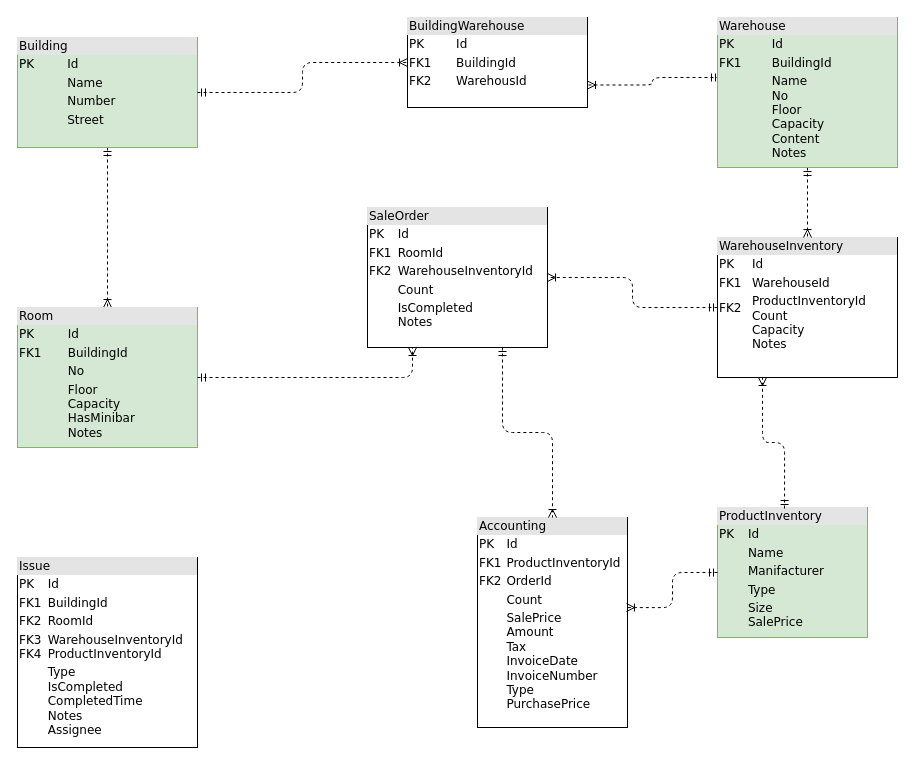
hasanbinboga/infera-test-case keeps this draw.io diagram as er-diagram.drawio. Above is the earlier version. Source tidied: cells renumbered, new cells numbered last; positions are measured from the earlier drawing's top-left corner, leaving out a move shared by most shapes. Both pictures are drawn from the tidied source at 100%, with x=0, y=0 at pixel (17, 17).
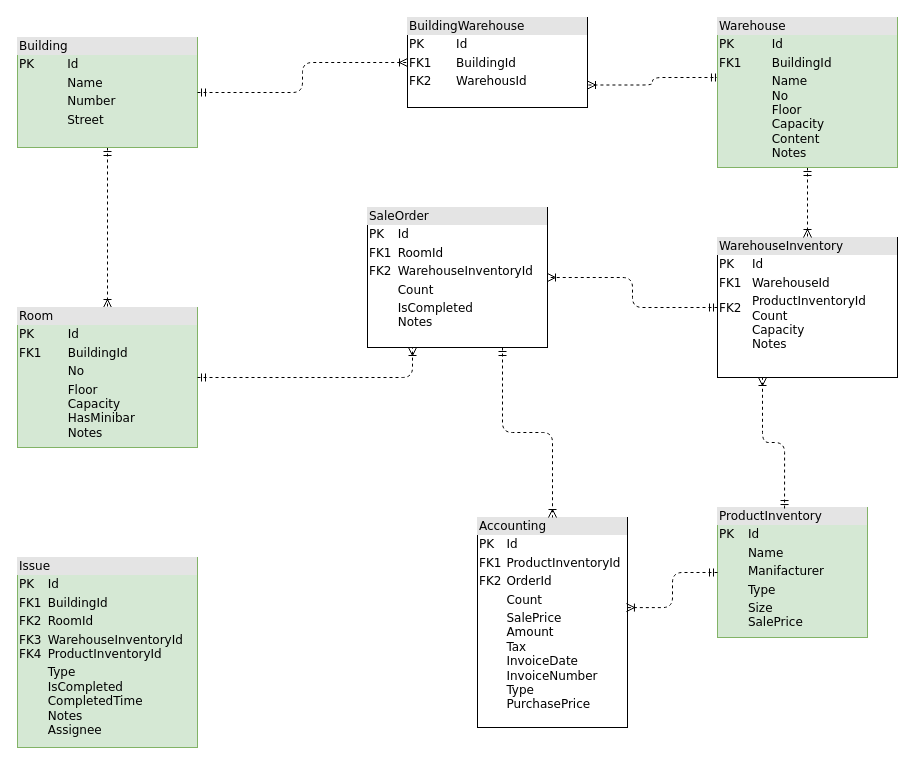
After the change.

Change to the diagram source:
```diff
@@
 <mxGraphModel>
   <root>
     <mxCell id="0" />
     <mxCell id="1" parent="0" />
     <mxCell id="2" value="&lt;div style=&quot;box-sizing:border-box;width:100%;background:#e4e4e4;padding:2px;&quot;&gt;BuildingWarehouse&lt;/div&gt;&lt;table style=&quot;width:100%;font-size:1em;&quot; cellpadding=&quot;2&quot; cellspacing=&quot;0&quot;&gt;&lt;tbody&gt;&lt;tr&gt;&lt;td&gt;PK&lt;/td&gt;&lt;td&gt;Id&lt;/td&gt;&lt;/tr&gt;&lt;tr&gt;&lt;td&gt;FK1&lt;/td&gt;&lt;td&gt;BuildingId&lt;/td&gt;&lt;/tr&gt;&lt;tr&gt;&lt;td&gt;FK2&lt;/td&gt;&lt;td&gt;WarehousId&lt;/td&gt;&lt;/tr&gt;&lt;/tbody&gt;&lt;/table&gt;" style="verticalAlign=top;align=left;overflow=fill;html=1;rounded=0;shadow=0;comic=0;labelBackgroundColor=none;strokeWidth=1;fontFamily=Verdana;fontSize=12;" parent="1" vertex="1">
       <mxGeometry x="390" width="180" height="90" as="geometry" />
     </mxCell>
     <mxCell id="3" style="html=1;dashed=1;labelBackgroundColor=none;startArrow=ERmandOne;endArrow=ERoneToMany;fontFamily=Verdana;fontSize=12;align=left;entryX=0.5;entryY=0;edgeStyle=orthogonalEdgeStyle;entryDx=0;entryDy=0;" parent="1" edge="1" source="5" target="9">
       <mxGeometry relative="1" as="geometry" />
     </mxCell>
     <mxCell id="4" style="html=1;dashed=1;labelBackgroundColor=none;startArrow=ERmandOne;endArrow=ERoneToMany;fontFamily=Verdana;fontSize=12;align=left;exitX=0.011;exitY=0.4;exitDx=0;exitDy=0;edgeStyle=orthogonalEdgeStyle;entryX=1;entryY=0.75;entryDx=0;entryDy=0;exitPerimeter=0;" parent="1" edge="1" source="10" target="2">
       <mxGeometry relative="1" as="geometry" />
     </mxCell>
     <mxCell id="5" value="&lt;div style=&quot;box-sizing: border-box ; width: 100% ; background: #e4e4e4 ; padding: 2px&quot;&gt;Building&lt;/div&gt;&lt;table style=&quot;width: 100% ; font-size: 1em&quot; cellpadding=&quot;2&quot; cellspacing=&quot;0&quot;&gt;&lt;tbody&gt;&lt;tr&gt;&lt;td&gt;PK&lt;/td&gt;&lt;td&gt;Id&lt;/td&gt;&lt;/tr&gt;&lt;tr&gt;&lt;td&gt;&lt;br&gt;&lt;/td&gt;&lt;td&gt;Name&lt;/td&gt;&lt;/tr&gt;&lt;tr&gt;&lt;td&gt;&lt;/td&gt;&lt;td&gt;Number&lt;/td&gt;&lt;/tr&gt;&lt;tr&gt;&lt;td&gt;&lt;br&gt;&lt;/td&gt;&lt;td&gt;Street&lt;br&gt;&lt;/td&gt;&lt;/tr&gt;&lt;tr&gt;&lt;td&gt;&lt;br&gt;&lt;/td&gt;&lt;td&gt;&lt;br&gt;&lt;/td&gt;&lt;/tr&gt;&lt;tr&gt;&lt;td&gt;&lt;br&gt;&lt;/td&gt;&lt;td&gt;&lt;br&gt;&lt;/td&gt;&lt;/tr&gt;&lt;/tbody&gt;&lt;/table&gt;" style="verticalAlign=top;align=left;overflow=fill;html=1;rounded=0;shadow=0;comic=0;labelBackgroundColor=none;strokeWidth=1;fontFamily=Verdana;fontSize=12;fillColor=#d5e8d4;strokeColor=#82b366;" parent="1" vertex="1">
       <mxGeometry y="20" width="180" height="110" as="geometry" />
     </mxCell>
     <mxCell id="6" value="&lt;div style=&quot;box-sizing: border-box ; width: 100% ; background: #e4e4e4 ; padding: 2px&quot;&gt;ProductInventory&lt;/div&gt;&lt;table style=&quot;width: 100% ; font-size: 1em&quot; cellpadding=&quot;2&quot; cellspacing=&quot;0&quot;&gt;&lt;tbody&gt;&lt;tr&gt;&lt;td&gt;PK&lt;/td&gt;&lt;td&gt;Id&lt;/td&gt;&lt;/tr&gt;&lt;tr&gt;&lt;td&gt;&lt;br&gt;&lt;/td&gt;&lt;td&gt;Name&lt;/td&gt;&lt;/tr&gt;&lt;tr&gt;&lt;td&gt;&lt;/td&gt;&lt;td&gt;Manifacturer&lt;/td&gt;&lt;/tr&gt;&lt;tr&gt;&lt;td&gt;&lt;br&gt;&lt;/td&gt;&lt;td&gt;Type&lt;/td&gt;&lt;/tr&gt;&lt;tr&gt;&lt;td&gt;&lt;br&gt;&lt;/td&gt;&lt;td&gt;Size&lt;br&gt;SalePrice&lt;/td&gt;&lt;/tr&gt;&lt;/tbody&gt;&lt;/table&gt;" style="verticalAlign=top;align=left;overflow=fill;html=1;rounded=0;shadow=0;comic=0;labelBackgroundColor=none;strokeWidth=1;fontFamily=Verdana;fontSize=12;fillColor=#d5e8d4;strokeColor=#82b366;" parent="1" vertex="1">
       <mxGeometry x="700" y="490" width="150" height="130" as="geometry" />
     </mxCell>
     <mxCell id="7" value="&lt;div style=&quot;box-sizing:border-box;width:100%;background:#e4e4e4;padding:2px;&quot;&gt;WarehouseInventory&lt;/div&gt;&lt;table style=&quot;width:100%;font-size:1em;&quot; cellpadding=&quot;2&quot; cellspacing=&quot;0&quot;&gt;&lt;tbody&gt;&lt;tr&gt;&lt;td&gt;PK&lt;/td&gt;&lt;td&gt;Id&lt;/td&gt;&lt;/tr&gt;&lt;tr&gt;&lt;td&gt;FK1&lt;/td&gt;&lt;td&gt;WarehouseId&lt;/td&gt;&lt;/tr&gt;&lt;tr&gt;&lt;td&gt;FK2&lt;br&gt;&lt;br&gt;&lt;br&gt;&lt;/td&gt;&lt;td&gt;ProductInventoryId&lt;br&gt;Count&lt;br&gt;Capacity&lt;br&gt;Notes&lt;/td&gt;&lt;/tr&gt;&lt;/tbody&gt;&lt;/table&gt;" style="verticalAlign=top;align=left;overflow=fill;html=1;rounded=0;shadow=0;comic=0;labelBackgroundColor=none;strokeWidth=1;fontFamily=Verdana;fontSize=12;" parent="1" vertex="1">
       <mxGeometry x="700" y="220" width="180" height="140" as="geometry" />
     </mxCell>
     <mxCell id="8" style="edgeStyle=orthogonalEdgeStyle;html=1;entryX=0.5;entryY=0;dashed=1;labelBackgroundColor=none;startArrow=ERmandOne;endArrow=ERoneToMany;fontFamily=Verdana;fontSize=12;align=left;" parent="1" edge="1" source="10" target="7">
       <mxGeometry relative="1" as="geometry" />
     </mxCell>
     <mxCell id="9" value="&lt;div style=&quot;box-sizing: border-box ; width: 100% ; background: #e4e4e4 ; padding: 2px&quot;&gt;Room&lt;/div&gt;&lt;table style=&quot;width: 100% ; font-size: 1em&quot; cellpadding=&quot;2&quot; cellspacing=&quot;0&quot;&gt;&lt;tbody&gt;&lt;tr&gt;&lt;td&gt;PK&lt;/td&gt;&lt;td&gt;Id&lt;/td&gt;&lt;/tr&gt;&lt;tr&gt;&lt;td&gt;FK1&lt;/td&gt;&lt;td&gt;BuildingId&lt;/td&gt;&lt;/tr&gt;&lt;tr&gt;&lt;td&gt;&lt;/td&gt;&lt;td&gt;No&lt;/td&gt;&lt;/tr&gt;&lt;tr&gt;&lt;td&gt;&lt;br&gt;&lt;/td&gt;&lt;td&gt;Floor&lt;br&gt;Capacity&lt;br&gt;HasMinibar&lt;br&gt;Notes&lt;/td&gt;&lt;/tr&gt;&lt;tr&gt;&lt;td&gt;&lt;br&gt;&lt;/td&gt;&lt;td&gt;&lt;/td&gt;&lt;/tr&gt;&lt;/tbody&gt;&lt;/table&gt;" style="verticalAlign=top;align=left;overflow=fill;html=1;rounded=0;shadow=0;comic=0;labelBackgroundColor=none;strokeWidth=1;fontFamily=Verdana;fontSize=12;fillColor=#d5e8d4;strokeColor=#82b366;" parent="1" vertex="1">
       <mxGeometry y="290" width="180" height="140" as="geometry" />
     </mxCell>
     <mxCell id="10" value="&lt;div style=&quot;box-sizing:border-box;width:100%;background:#e4e4e4;padding:2px;&quot;&gt;Warehouse&lt;/div&gt;&lt;table style=&quot;width:100%;font-size:1em;&quot; cellpadding=&quot;2&quot; cellspacing=&quot;0&quot;&gt;&lt;tbody&gt;&lt;tr&gt;&lt;td&gt;PK&lt;/td&gt;&lt;td&gt;Id&lt;/td&gt;&lt;/tr&gt;&lt;tr&gt;&lt;td&gt;FK1&lt;/td&gt;&lt;td&gt;BuildingId&lt;/td&gt;&lt;/tr&gt;&lt;tr&gt;&lt;td&gt;&lt;/td&gt;&lt;td&gt;Name&lt;br&gt;No&lt;br&gt;Floor&lt;br&gt;Capacity&lt;br&gt;Content&lt;br&gt;Notes&lt;/td&gt;&lt;/tr&gt;&lt;/tbody&gt;&lt;/table&gt;" style="verticalAlign=top;align=left;overflow=fill;html=1;rounded=0;shadow=0;comic=0;labelBackgroundColor=none;strokeWidth=1;fontFamily=Verdana;fontSize=12;fillColor=#d5e8d4;strokeColor=#82b366;" parent="1" vertex="1">
       <mxGeometry x="700" width="180" height="150" as="geometry" />
     </mxCell>
     <mxCell id="11" style="html=1;dashed=1;labelBackgroundColor=none;startArrow=ERmandOne;endArrow=ERoneToMany;fontFamily=Verdana;fontSize=12;align=left;edgeStyle=orthogonalEdgeStyle;entryX=0;entryY=0.5;entryDx=0;entryDy=0;exitX=1;exitY=0.5;exitDx=0;exitDy=0;" parent="1" edge="1" source="5" target="2">
       <mxGeometry relative="1" as="geometry" />
     </mxCell>
     <mxCell id="12" style="edgeStyle=orthogonalEdgeStyle;html=1;entryX=0.25;entryY=1;dashed=1;labelBackgroundColor=none;startArrow=ERmandOne;endArrow=ERoneToMany;fontFamily=Verdana;fontSize=12;align=left;entryDx=0;entryDy=0;exitX=0.447;exitY=0.008;exitDx=0;exitDy=0;exitPerimeter=0;" parent="1" edge="1" source="6" target="7">
       <mxGeometry relative="1" as="geometry" />
     </mxCell>
     <mxCell id="13" value="&lt;div style=&quot;box-sizing: border-box ; width: 100% ; background: #e4e4e4 ; padding: 2px&quot;&gt;SaleOrder&lt;/div&gt;&lt;table style=&quot;width: 100% ; font-size: 1em&quot; cellpadding=&quot;2&quot; cellspacing=&quot;0&quot;&gt;&lt;tbody&gt;&lt;tr&gt;&lt;td&gt;PK&lt;/td&gt;&lt;td&gt;Id&lt;/td&gt;&lt;/tr&gt;&lt;tr&gt;&lt;td&gt;FK1&lt;/td&gt;&lt;td&gt;RoomId&lt;/td&gt;&lt;/tr&gt;&lt;tr&gt;&lt;td&gt;FK2&lt;/td&gt;&lt;td&gt;WarehouseInventoryId&lt;/td&gt;&lt;/tr&gt;&lt;tr&gt;&lt;td&gt;&lt;br&gt;&lt;/td&gt;&lt;td&gt;Count&lt;/td&gt;&lt;/tr&gt;&lt;tr&gt;&lt;td&gt;&lt;br&gt;&lt;/td&gt;&lt;td&gt;IsCompleted&lt;br&gt;Notes&lt;/td&gt;&lt;/tr&gt;&lt;/tbody&gt;&lt;/table&gt;" style="verticalAlign=top;align=left;overflow=fill;html=1;rounded=0;shadow=0;comic=0;labelBackgroundColor=none;strokeWidth=1;fontFamily=Verdana;fontSize=12;" parent="1" vertex="1">
       <mxGeometry x="350" y="190" width="180" height="140" as="geometry" />
     </mxCell>
-    <mxCell id="14" value="&lt;div style=&quot;box-sizing: border-box ; width: 100% ; background: #e4e4e4 ; padding: 2px&quot;&gt;Issue&lt;/div&gt;&lt;table style=&quot;width: 100% ; font-size: 1em&quot; cellpadding=&quot;2&quot; cellspacing=&quot;0&quot;&gt;&lt;tbody&gt;&lt;tr&gt;&lt;td&gt;PK&lt;/td&gt;&lt;td&gt;Id&lt;/td&gt;&lt;/tr&gt;&lt;tr&gt;&lt;td&gt;FK1&lt;/td&gt;&lt;td&gt;BuildingId&lt;/td&gt;&lt;/tr&gt;&lt;tr&gt;&lt;td&gt;FK2&lt;/td&gt;&lt;td&gt;RoomId&lt;br&gt;&lt;/td&gt;&lt;/tr&gt;&lt;tr&gt;&lt;td&gt;FK3&lt;br&gt;FK4&lt;/td&gt;&lt;td&gt;WarehouseInventoryId&lt;br&gt;ProductInventoryId&lt;/td&gt;&lt;/tr&gt;&lt;tr&gt;&lt;td&gt;&lt;br&gt;&lt;br&gt;&lt;/td&gt;&lt;td&gt;Type&lt;br&gt;IsCompleted&lt;br&gt;CompletedTime&lt;br&gt;Notes&lt;br&gt;Assignee&lt;/td&gt;&lt;/tr&gt;&lt;/tbody&gt;&lt;/table&gt;" style="verticalAlign=top;align=left;overflow=fill;html=1;rounded=0;shadow=0;comic=0;labelBackgroundColor=none;strokeWidth=1;fontFamily=Verdana;fontSize=12;" parent="1" vertex="1">
+    <mxCell id="14" value="&lt;div style=&quot;box-sizing: border-box ; width: 100% ; background: #e4e4e4 ; padding: 2px&quot;&gt;Issue&lt;/div&gt;&lt;table style=&quot;width: 100% ; font-size: 1em&quot; cellpadding=&quot;2&quot; cellspacing=&quot;0&quot;&gt;&lt;tbody&gt;&lt;tr&gt;&lt;td&gt;PK&lt;/td&gt;&lt;td&gt;Id&lt;/td&gt;&lt;/tr&gt;&lt;tr&gt;&lt;td&gt;FK1&lt;/td&gt;&lt;td&gt;BuildingId&lt;/td&gt;&lt;/tr&gt;&lt;tr&gt;&lt;td&gt;FK2&lt;/td&gt;&lt;td&gt;RoomId&lt;br&gt;&lt;/td&gt;&lt;/tr&gt;&lt;tr&gt;&lt;td&gt;FK3&lt;br&gt;FK4&lt;/td&gt;&lt;td&gt;WarehouseInventoryId&lt;br&gt;ProductInventoryId&lt;/td&gt;&lt;/tr&gt;&lt;tr&gt;&lt;td&gt;&lt;br&gt;&lt;br&gt;&lt;/td&gt;&lt;td&gt;Type&lt;br&gt;IsCompleted&lt;br&gt;CompletedTime&lt;br&gt;Notes&lt;br&gt;Assignee&lt;/td&gt;&lt;/tr&gt;&lt;/tbody&gt;&lt;/table&gt;" style="verticalAlign=top;align=left;overflow=fill;html=1;rounded=0;shadow=0;comic=0;labelBackgroundColor=none;strokeWidth=1;fontFamily=Verdana;fontSize=12;fillColor=#d5e8d4;strokeColor=#82b366;" parent="1" vertex="1">
       <mxGeometry y="540" width="180" height="190" as="geometry" />
     </mxCell>
     <mxCell id="15" style="edgeStyle=orthogonalEdgeStyle;html=1;entryX=1;entryY=0.5;dashed=1;labelBackgroundColor=none;startArrow=ERmandOne;endArrow=ERoneToMany;fontFamily=Verdana;fontSize=12;align=left;entryDx=0;entryDy=0;exitX=0;exitY=0.5;exitDx=0;exitDy=0;" parent="1" edge="1" source="7" target="13">
       <mxGeometry relative="1" as="geometry" />
     </mxCell>
     <mxCell id="16" style="edgeStyle=orthogonalEdgeStyle;html=1;entryX=0.25;entryY=1;dashed=1;labelBackgroundColor=none;startArrow=ERmandOne;endArrow=ERoneToMany;fontFamily=Verdana;fontSize=12;align=left;entryDx=0;entryDy=0;exitX=1;exitY=0.5;exitDx=0;exitDy=0;" parent="1" edge="1" source="9" target="13">
       <mxGeometry relative="1" as="geometry" />
     </mxCell>
     <mxCell id="17" value="&lt;div style=&quot;box-sizing: border-box ; width: 100% ; background: #e4e4e4 ; padding: 2px&quot;&gt;Accounting&lt;/div&gt;&lt;table style=&quot;width: 100% ; font-size: 1em&quot; cellpadding=&quot;2&quot; cellspacing=&quot;0&quot;&gt;&lt;tbody&gt;&lt;tr&gt;&lt;td&gt;PK&lt;/td&gt;&lt;td&gt;Id&lt;/td&gt;&lt;/tr&gt;&lt;tr&gt;&lt;td&gt;FK1&lt;/td&gt;&lt;td&gt;ProductInventoryId&lt;/td&gt;&lt;/tr&gt;&lt;tr&gt;&lt;td&gt;FK2&lt;/td&gt;&lt;td&gt;OrderId&lt;/td&gt;&lt;/tr&gt;&lt;tr&gt;&lt;td&gt;&lt;br&gt;&lt;/td&gt;&lt;td&gt;Count&lt;/td&gt;&lt;/tr&gt;&lt;tr&gt;&lt;td&gt;&lt;br&gt;&lt;/td&gt;&lt;td&gt;SalePrice&lt;br&gt;Amount&lt;br&gt;Tax&lt;br&gt;InvoiceDate&lt;br&gt;InvoiceNumber&lt;br&gt;Type&lt;br&gt;PurchasePrice&lt;br&gt;&lt;/td&gt;&lt;/tr&gt;&lt;/tbody&gt;&lt;/table&gt;" style="verticalAlign=top;align=left;overflow=fill;html=1;rounded=0;shadow=0;comic=0;labelBackgroundColor=none;strokeWidth=1;fontFamily=Verdana;fontSize=12;" parent="1" vertex="1">
       <mxGeometry x="460" y="500" width="150" height="210" as="geometry" />
     </mxCell>
     <mxCell id="18" style="edgeStyle=orthogonalEdgeStyle;html=1;dashed=1;labelBackgroundColor=none;startArrow=ERmandOne;endArrow=ERoneToMany;fontFamily=Verdana;fontSize=12;align=left;exitX=0;exitY=0.5;exitDx=0;exitDy=0;entryX=0.993;entryY=0.429;entryDx=0;entryDy=0;entryPerimeter=0;" parent="1" edge="1" source="6" target="17">
       <mxGeometry relative="1" as="geometry" />
     </mxCell>
     <mxCell id="19" style="edgeStyle=orthogonalEdgeStyle;html=1;dashed=1;labelBackgroundColor=none;startArrow=ERmandOne;endArrow=ERoneToMany;fontFamily=Verdana;fontSize=12;align=left;exitX=0.75;exitY=1;exitDx=0;exitDy=0;" parent="1" edge="1" source="13" target="17">
       <mxGeometry relative="1" as="geometry" />
     </mxCell>
   </root>
 </mxGraphModel>
```
